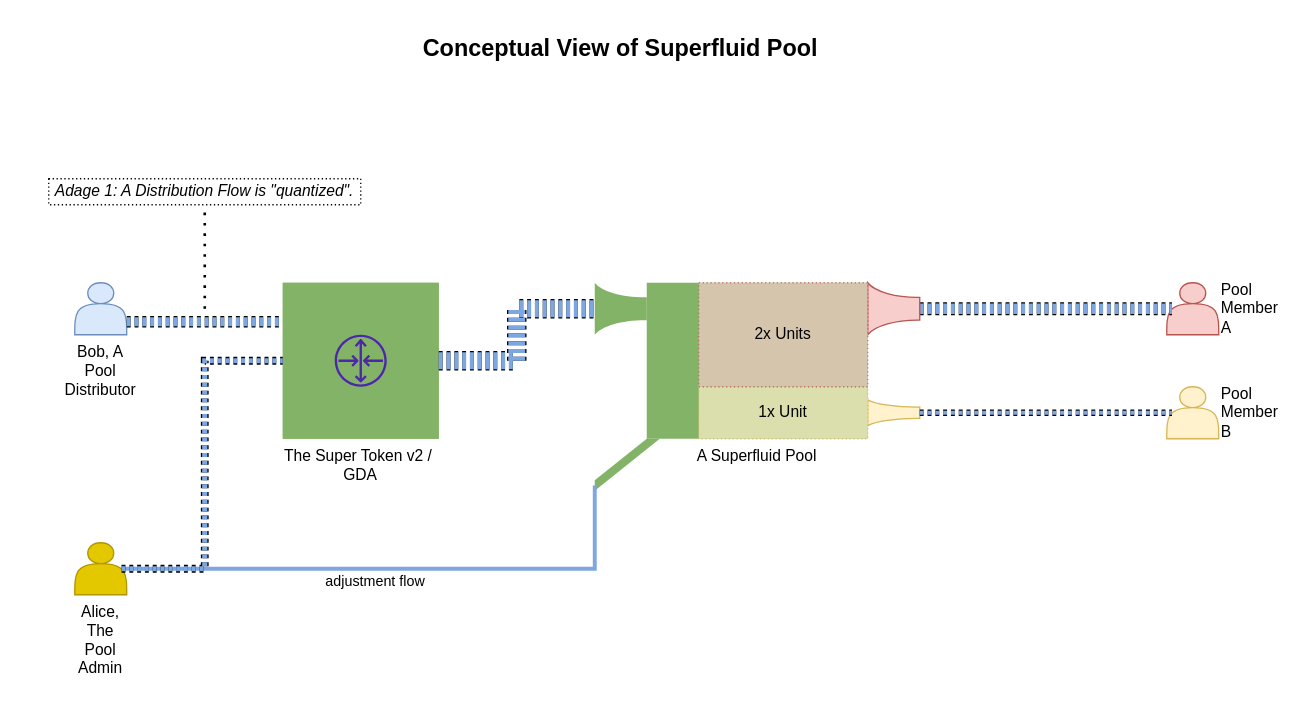
superfluid-finance/protocol-monorepo keeps this draw.io diagram as packages/solidity-semantic-money/docs/visuals.drawio. Above is the earlier version. Source tidied: cells renumbered, new cells numbered last; positions are measured from the earlier drawing's top-left corner, leaving out a move shared by most shapes. Both pictures are drawn from the tidied source at 130%, with x=0, y=0 at pixel (48, 22).
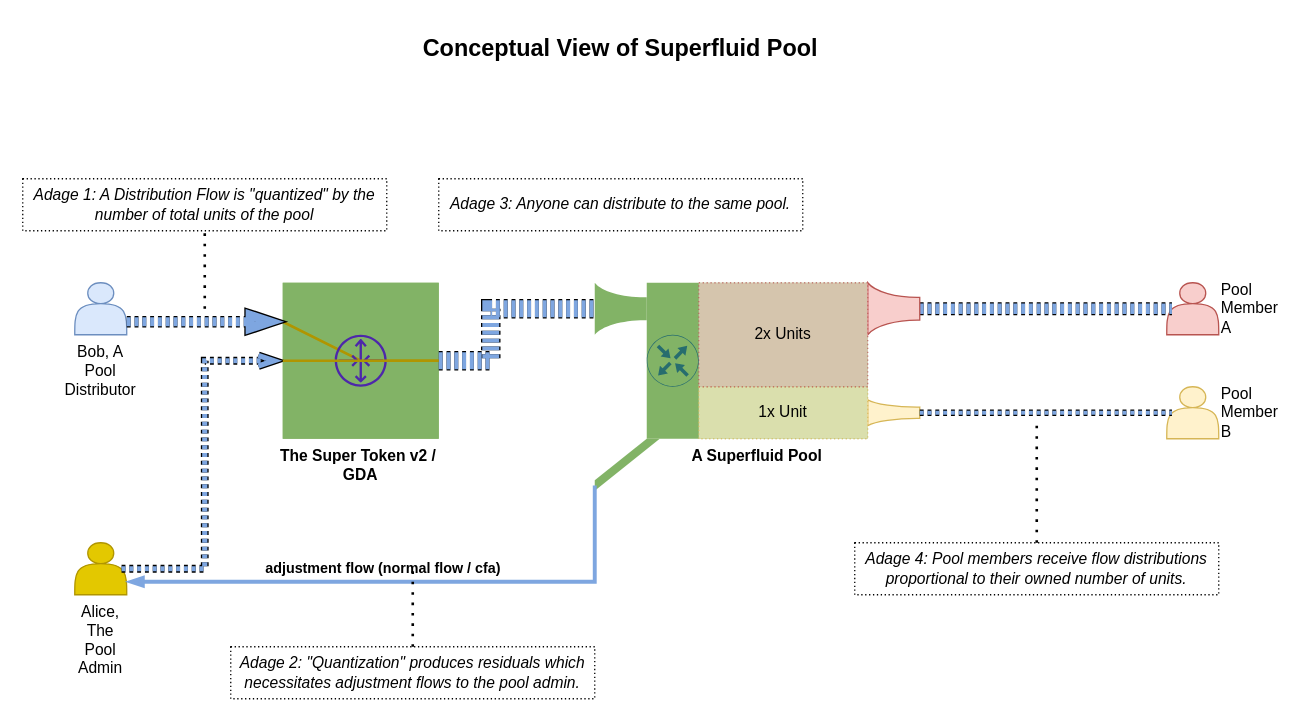
The same diagram, later.

Unchanged cells that the change refers to:
```xml
<mxCell id="3" style="rounded=0;whiteSpace=wrap;html=1;fillColor=#82B366;strokeColor=none;labelPosition=center;verticalLabelPosition=bottom;align=center;verticalAlign=top;" parent="2" vertex="1">
  <mxGeometry width="120" height="120" as="geometry" />
</mxCell>
<mxCell id="5" style="verticalLabelPosition=bottom;align=center;outlineConnect=0;dashed=0;html=1;verticalAlign=top;shape=mxgraph.pid.flow_sensors.flow_nozzle;strokeColor=none;fillColor=#82B366;" parent="1" vertex="1">
  <mxGeometry x="420" y="200" width="40" height="40" as="geometry" />
</mxCell>
<mxCell id="7" style="verticalLabelPosition=bottom;verticalAlign=top;html=1;shape=mxgraph.basic.diag_stripe;dx=4;strokeColor=none;fillColor=#82B366;flipV=1;direction=south;" parent="1" vertex="1">
  <mxGeometry x="420" y="320" width="50" height="40" as="geometry" />
</mxCell>
<mxCell id="11" value="Alice, The&lt;br&gt;Pool Admin" style="shape=actor;whiteSpace=wrap;html=1;strokeColor=#B09500;fillColor=#e3c800;fontColor=#000000;verticalAlign=top;labelPosition=center;verticalLabelPosition=bottom;align=center;" parent="1" vertex="1">
  <mxGeometry x="20" y="400" width="40" height="40" as="geometry" />
</mxCell>
<mxCell id="14" value="Pool Member&lt;br&gt;A" style="shape=actor;whiteSpace=wrap;html=1;strokeColor=#b85450;fillColor=#f8cecc;labelPosition=right;verticalLabelPosition=middle;align=left;verticalAlign=middle;" parent="1" vertex="1">
  <mxGeometry x="860" y="200" width="40" height="40" as="geometry" />
</mxCell>
<mxCell id="15" value="Pool Member&lt;br&gt;B" style="shape=actor;whiteSpace=wrap;html=1;strokeColor=#d6b656;fillColor=#fff2cc;labelPosition=right;verticalLabelPosition=middle;align=left;verticalAlign=middle;" parent="1" vertex="1">
  <mxGeometry x="860" y="280" width="40" height="40" as="geometry" />
</mxCell>
<mxCell id="19" style="verticalLabelPosition=bottom;align=center;outlineConnect=0;dashed=0;html=1;verticalAlign=top;shape=mxgraph.pid.flow_sensors.flow_nozzle;strokeColor=#b85450;fillColor=#f8cecc;flipH=0;" parent="1" vertex="1">
  <mxGeometry x="630" y="200" width="40" height="40" as="geometry" />
</mxCell>
<mxCell id="20" style="verticalLabelPosition=bottom;align=center;outlineConnect=0;dashed=0;html=1;verticalAlign=top;shape=mxgraph.pid.flow_sensors.flow_nozzle;strokeColor=#d6b656;fillColor=#fff2cc;flipH=0;" parent="1" vertex="1">
  <mxGeometry x="630" y="290" width="40" height="20" as="geometry" />
</mxCell>
```

The edit, as a diff of the source:
```diff
@@
-    <mxCell id="2" value="The Super Token v2 / &#10;GDA" style="group;strokeColor=none;fillColor=#82B366;labelPosition=center;verticalLabelPosition=bottom;align=center;verticalAlign=top;" parent="1" vertex="1">
+    <mxCell id="2" value="The Super Token v2 / &#10;GDA" style="group;strokeColor=none;fillColor=#82B366;labelPosition=center;verticalLabelPosition=bottom;align=center;verticalAlign=top;fontStyle=1;" parent="1" vertex="1">
       <mxGeometry x="180" y="200" width="120" height="120" as="geometry" />
     </mxCell>
@@
+    <mxCell id="25" style="endArrow=none;html=1;rounded=0;shadow=0;strokeColor=#B09500;fillColor=#e3c800;strokeWidth=2;entryX=1;entryY=0.5;entryDx=0;entryDy=0;exitX=0;exitY=0.25;exitDx=0;exitDy=0;fontStyle=1;labelPosition=center;verticalLabelPosition=middle;align=center;verticalAlign=middle;" parent="2" edge="1" source="3" target="3">
+      <mxGeometry x="-0.09" y="10" relative="1" as="geometry">
+        <Array as="points">
+          <mxPoint x="60" y="60" />
+        </Array>
+      </mxGeometry>
+    </mxCell>
@@
-    <mxCell id="6" value="A Superfluid Pool" style="rounded=0;whiteSpace=wrap;html=1;fillColor=#82B366;strokeColor=none;labelPosition=center;verticalLabelPosition=bottom;align=center;verticalAlign=top;" parent="1" vertex="1">
+    <mxCell id="6" value="A Superfluid Pool" style="rounded=0;whiteSpace=wrap;html=1;fillColor=#82B366;strokeColor=none;labelPosition=center;verticalLabelPosition=bottom;align=center;verticalAlign=top;fontStyle=1;" parent="1" vertex="1">
       <mxGeometry x="460" y="200" width="170" height="120" as="geometry" />
     </mxCell>
@@
-    <mxCell id="9" style="shape=filledEdge;fixDash=1;endArrow=none;strokeWidth=9;fillColor=#7EA6E0;edgeStyle=orthogonalEdgeStyle;html=1;strokeColor=default;rounded=0;shadow=0;dashed=1;" parent="1" edge="1">
+    <mxCell id="9" style="shape=filledEdge;fixDash=1;endArrow=blockThin;strokeWidth=9;fillColor=#7EA6E0;edgeStyle=orthogonalEdgeStyle;html=1;strokeColor=default;rounded=0;shadow=0;dashed=1;endFill=1;" parent="1" edge="1">
       <mxGeometry relative="1" as="geometry">
         <mxPoint x="60" y="230" as="sourcePoint" />
         <mxPoint x="180" y="230" as="targetPoint" />
         <Array as="points">
           <mxPoint x="160" y="230" />
           <mxPoint x="160" y="230" />
         </Array>
       </mxGeometry>
     </mxCell>
-    <mxCell id="10" style="shape=filledEdge;fixDash=1;endArrow=none;strokeWidth=15;fillColor=#7EA6E0;edgeStyle=orthogonalEdgeStyle;html=1;strokeColor=default;rounded=0;shadow=0;entryX=0;entryY=0.5;entryDx=0;entryDy=0;entryPerimeter=0;exitX=1;exitY=0.5;exitDx=0;exitDy=0;dashed=1;" parent="1" edge="1" source="3" target="5">
+    <mxCell id="10" style="shape=filledEdge;fixDash=1;endArrow=none;strokeWidth=15;fillColor=#7EA6E0;edgeStyle=orthogonalEdgeStyle;html=1;strokeColor=default;rounded=0;shadow=0;entryX=0;entryY=0.5;entryDx=0;entryDy=0;entryPerimeter=0;exitX=1;exitY=0.5;exitDx=0;exitDy=0;dashed=1;endFill=0;" parent="1" edge="1" source="3" target="5">
       <mxGeometry relative="1" as="geometry">
         <Array as="points">
-          <mxPoint x="360" y="260" />
-          <mxPoint x="360" y="220" />
+          <mxPoint x="340" y="260" />
+          <mxPoint x="340" y="220" />
         </Array>
       </mxGeometry>
     </mxCell>
@@
-    <mxCell id="12" value="adjustment flow" style="endArrow=none;html=1;rounded=0;shadow=0;strokeColor=#7EA6E0;fillColor=#7EA6E0;strokeWidth=3;entryX=0;entryY=0;entryDx=4;entryDy=50;entryPerimeter=0;exitX=0.9;exitY=0.5;exitDx=0;exitDy=0;exitPerimeter=0;" parent="1" edge="1" source="11" target="7">
-      <mxGeometry x="-0.09" y="-10" relative="1" as="geometry">
+    <mxCell id="12" value="adjustment flow (normal flow / cfa)" style="endArrow=none;html=1;rounded=0;shadow=0;strokeColor=#7EA6E0;fillColor=#7EA6E0;strokeWidth=3;entryX=0;entryY=0;entryDx=4;entryDy=50;entryPerimeter=0;exitX=1;exitY=0.75;exitDx=0;exitDy=0;fontStyle=1;labelPosition=center;verticalLabelPosition=middle;align=center;verticalAlign=middle;labelBackgroundColor=none;startArrow=blockThin;startFill=1;" parent="1" edge="1" source="11" target="7">
+      <mxGeometry x="-0.09" y="10" relative="1" as="geometry">
         <Array as="points">
-          <mxPoint x="420" y="420" />
+          <mxPoint x="420" y="430" />
         </Array>
       </mxGeometry>
     </mxCell>
@@
-    <mxCell id="16" value="Adage 1: A Distribution Flow is &quot;quantized&quot;." style="text;html=1;strokeColor=default;fillColor=none;align=center;verticalAlign=middle;whiteSpace=wrap;rounded=0;fontSize=12;fontStyle=2;dashed=1;dashPattern=1 2;" parent="1" vertex="1">
-      <mxGeometry y="120" width="240" height="20" as="geometry" />
+    <mxCell id="16" value="Adage 1: A Distribution Flow is &quot;quantized&quot; by the number of total units of the pool" style="text;html=1;strokeColor=default;fillColor=none;align=center;verticalAlign=middle;whiteSpace=wrap;rounded=0;fontSize=12;fontStyle=2;dashed=1;dashPattern=1 2;" parent="1" vertex="1">
+      <mxGeometry x="-20" y="120" width="280" height="40" as="geometry" />
     </mxCell>
@@
-    <mxCell id="18" style="shape=filledEdge;fixDash=1;endArrow=none;strokeWidth=10;fillColor=#7EA6E0;edgeStyle=orthogonalEdgeStyle;html=1;strokeColor=default;rounded=0;shadow=0;entryX=0.1;entryY=0.5;entryDx=0;entryDy=0;entryPerimeter=0;exitX=1;exitY=0.5;exitDx=0;exitDy=0;dashed=1;exitPerimeter=0;" parent="1" edge="1" source="19" target="14">
+    <mxCell id="18" style="shape=filledEdge;fixDash=1;endArrow=none;strokeWidth=10;fillColor=#7EA6E0;edgeStyle=orthogonalEdgeStyle;html=1;strokeColor=default;rounded=0;shadow=0;entryX=0.1;entryY=0.5;entryDx=0;entryDy=0;entryPerimeter=0;exitX=1;exitY=0.5;exitDx=0;exitDy=0;dashed=1;exitPerimeter=0;endFill=0;" parent="1" edge="1" source="19" target="14">
       <mxGeometry relative="1" as="geometry">
         <Array as="points">
           <mxPoint x="730" y="220" />
           <mxPoint x="730" y="220" />
         </Array>
       </mxGeometry>
     </mxCell>
@@
-    <mxCell id="21" style="shape=filledEdge;fixDash=1;endArrow=none;strokeWidth=5;fillColor=#7EA6E0;edgeStyle=orthogonalEdgeStyle;html=1;strokeColor=default;rounded=0;shadow=0;exitX=1;exitY=0.5;exitDx=0;exitDy=0;dashed=1;exitPerimeter=0;entryX=0.1;entryY=0.5;entryDx=0;entryDy=0;entryPerimeter=0;" parent="1" edge="1" source="20" target="15">
+    <mxCell id="21" style="shape=filledEdge;fixDash=1;endArrow=none;strokeWidth=5;fillColor=#7EA6E0;edgeStyle=orthogonalEdgeStyle;html=1;strokeColor=default;rounded=0;shadow=0;exitX=1;exitY=0.5;exitDx=0;exitDy=0;dashed=1;exitPerimeter=0;entryX=0.1;entryY=0.5;entryDx=0;entryDy=0;entryPerimeter=0;endFill=0;" parent="1" edge="1" source="20" target="15">
       <mxGeometry relative="1" as="geometry" />
     </mxCell>
@@
-    <mxCell id="24" style="shape=filledEdge;fixDash=1;endArrow=none;strokeWidth=6;fillColor=#7EA6E0;edgeStyle=orthogonalEdgeStyle;html=1;strokeColor=default;rounded=0;shadow=0;dashed=1;exitX=0.9;exitY=0.5;exitDx=0;exitDy=0;exitPerimeter=0;entryX=0;entryY=0.5;entryDx=0;entryDy=0;" parent="1" edge="1" source="11" target="3">
+    <mxCell id="24" style="shape=filledEdge;fixDash=1;endArrow=openThin;strokeWidth=6;fillColor=#7EA6E0;edgeStyle=orthogonalEdgeStyle;html=1;strokeColor=default;rounded=0;shadow=0;dashed=1;exitX=0.9;exitY=0.5;exitDx=0;exitDy=0;exitPerimeter=0;entryX=0;entryY=0.5;entryDx=0;entryDy=0;endFill=0;" parent="1" edge="1" source="11" target="3">
       <mxGeometry relative="1" as="geometry">
         <Array as="points">
           <mxPoint x="120" y="420" />
           <mxPoint x="120" y="260" />
         </Array>
       </mxGeometry>
     </mxCell>
+    <mxCell id="26" style="sketch=0;verticalLabelPosition=bottom;html=1;verticalAlign=top;align=center;shape=mxgraph.cisco19.rect;prIcon=router;fillColor=none;strokeColor=#005073;dashed=1;dashPattern=1 2;fontSize=12;opacity=70;" parent="1" vertex="1">
+      <mxGeometry x="460" y="240" width="40" height="40" as="geometry" />
+    </mxCell>
+    <mxCell id="27" value="Adage 2: &quot;Quantization&quot; produces residuals which necessitates adjustment flows to the pool admin." style="text;html=1;strokeColor=default;fillColor=none;align=center;verticalAlign=middle;whiteSpace=wrap;rounded=0;fontSize=12;fontStyle=2;dashed=1;dashPattern=1 2;" parent="1" vertex="1">
+      <mxGeometry x="140" y="480" width="280" height="40" as="geometry" />
+    </mxCell>
+    <mxCell id="28" style="endArrow=none;dashed=1;html=1;dashPattern=1 3;strokeWidth=2;rounded=0;shadow=0;strokeColor=#000000;fontSize=12;fillColor=#7EA6E0;exitX=0.5;exitY=0;exitDx=0;exitDy=0;" parent="1" edge="1" source="27">
+      <mxGeometry relative="1" as="geometry">
+        <mxPoint x="280" y="420" as="targetPoint" />
+      </mxGeometry>
+    </mxCell>
+    <mxCell id="29" value="Adage 4: Pool members receive flow distributions proportional to their owned number of units." style="text;html=1;strokeColor=default;fillColor=none;align=center;verticalAlign=middle;whiteSpace=wrap;rounded=0;fontSize=12;fontStyle=2;dashed=1;dashPattern=1 2;" parent="1" vertex="1">
+      <mxGeometry x="620" y="400" width="280" height="40" as="geometry" />
+    </mxCell>
+    <mxCell id="30" style="endArrow=none;dashed=1;html=1;dashPattern=1 3;strokeWidth=2;rounded=0;shadow=0;strokeColor=#000000;fontSize=12;fillColor=#7EA6E0;exitX=0.5;exitY=0;exitDx=0;exitDy=0;" parent="1" edge="1" source="29">
+      <mxGeometry relative="1" as="geometry">
+        <mxPoint x="760" y="310" as="targetPoint" />
+      </mxGeometry>
+    </mxCell>
+    <mxCell id="31" style="endArrow=none;html=1;rounded=0;shadow=0;strokeColor=#B09500;fillColor=#e3c800;strokeWidth=2;exitX=0;exitY=0.5;exitDx=0;exitDy=0;fontStyle=1;labelPosition=center;verticalLabelPosition=middle;align=center;verticalAlign=middle;" parent="1" edge="1" source="3">
+      <mxGeometry x="-0.09" y="10" relative="1" as="geometry">
+        <mxPoint x="300" y="260" as="targetPoint" />
+      </mxGeometry>
+    </mxCell>
+    <mxCell id="32" value="Adage 3: Anyone can distribute to the same pool." style="text;html=1;strokeColor=default;fillColor=none;align=center;verticalAlign=middle;whiteSpace=wrap;rounded=0;fontSize=12;fontStyle=2;dashed=1;dashPattern=1 2;" parent="1" vertex="1">
+      <mxGeometry x="300" y="120" width="280" height="40" as="geometry" />
+    </mxCell>
```
